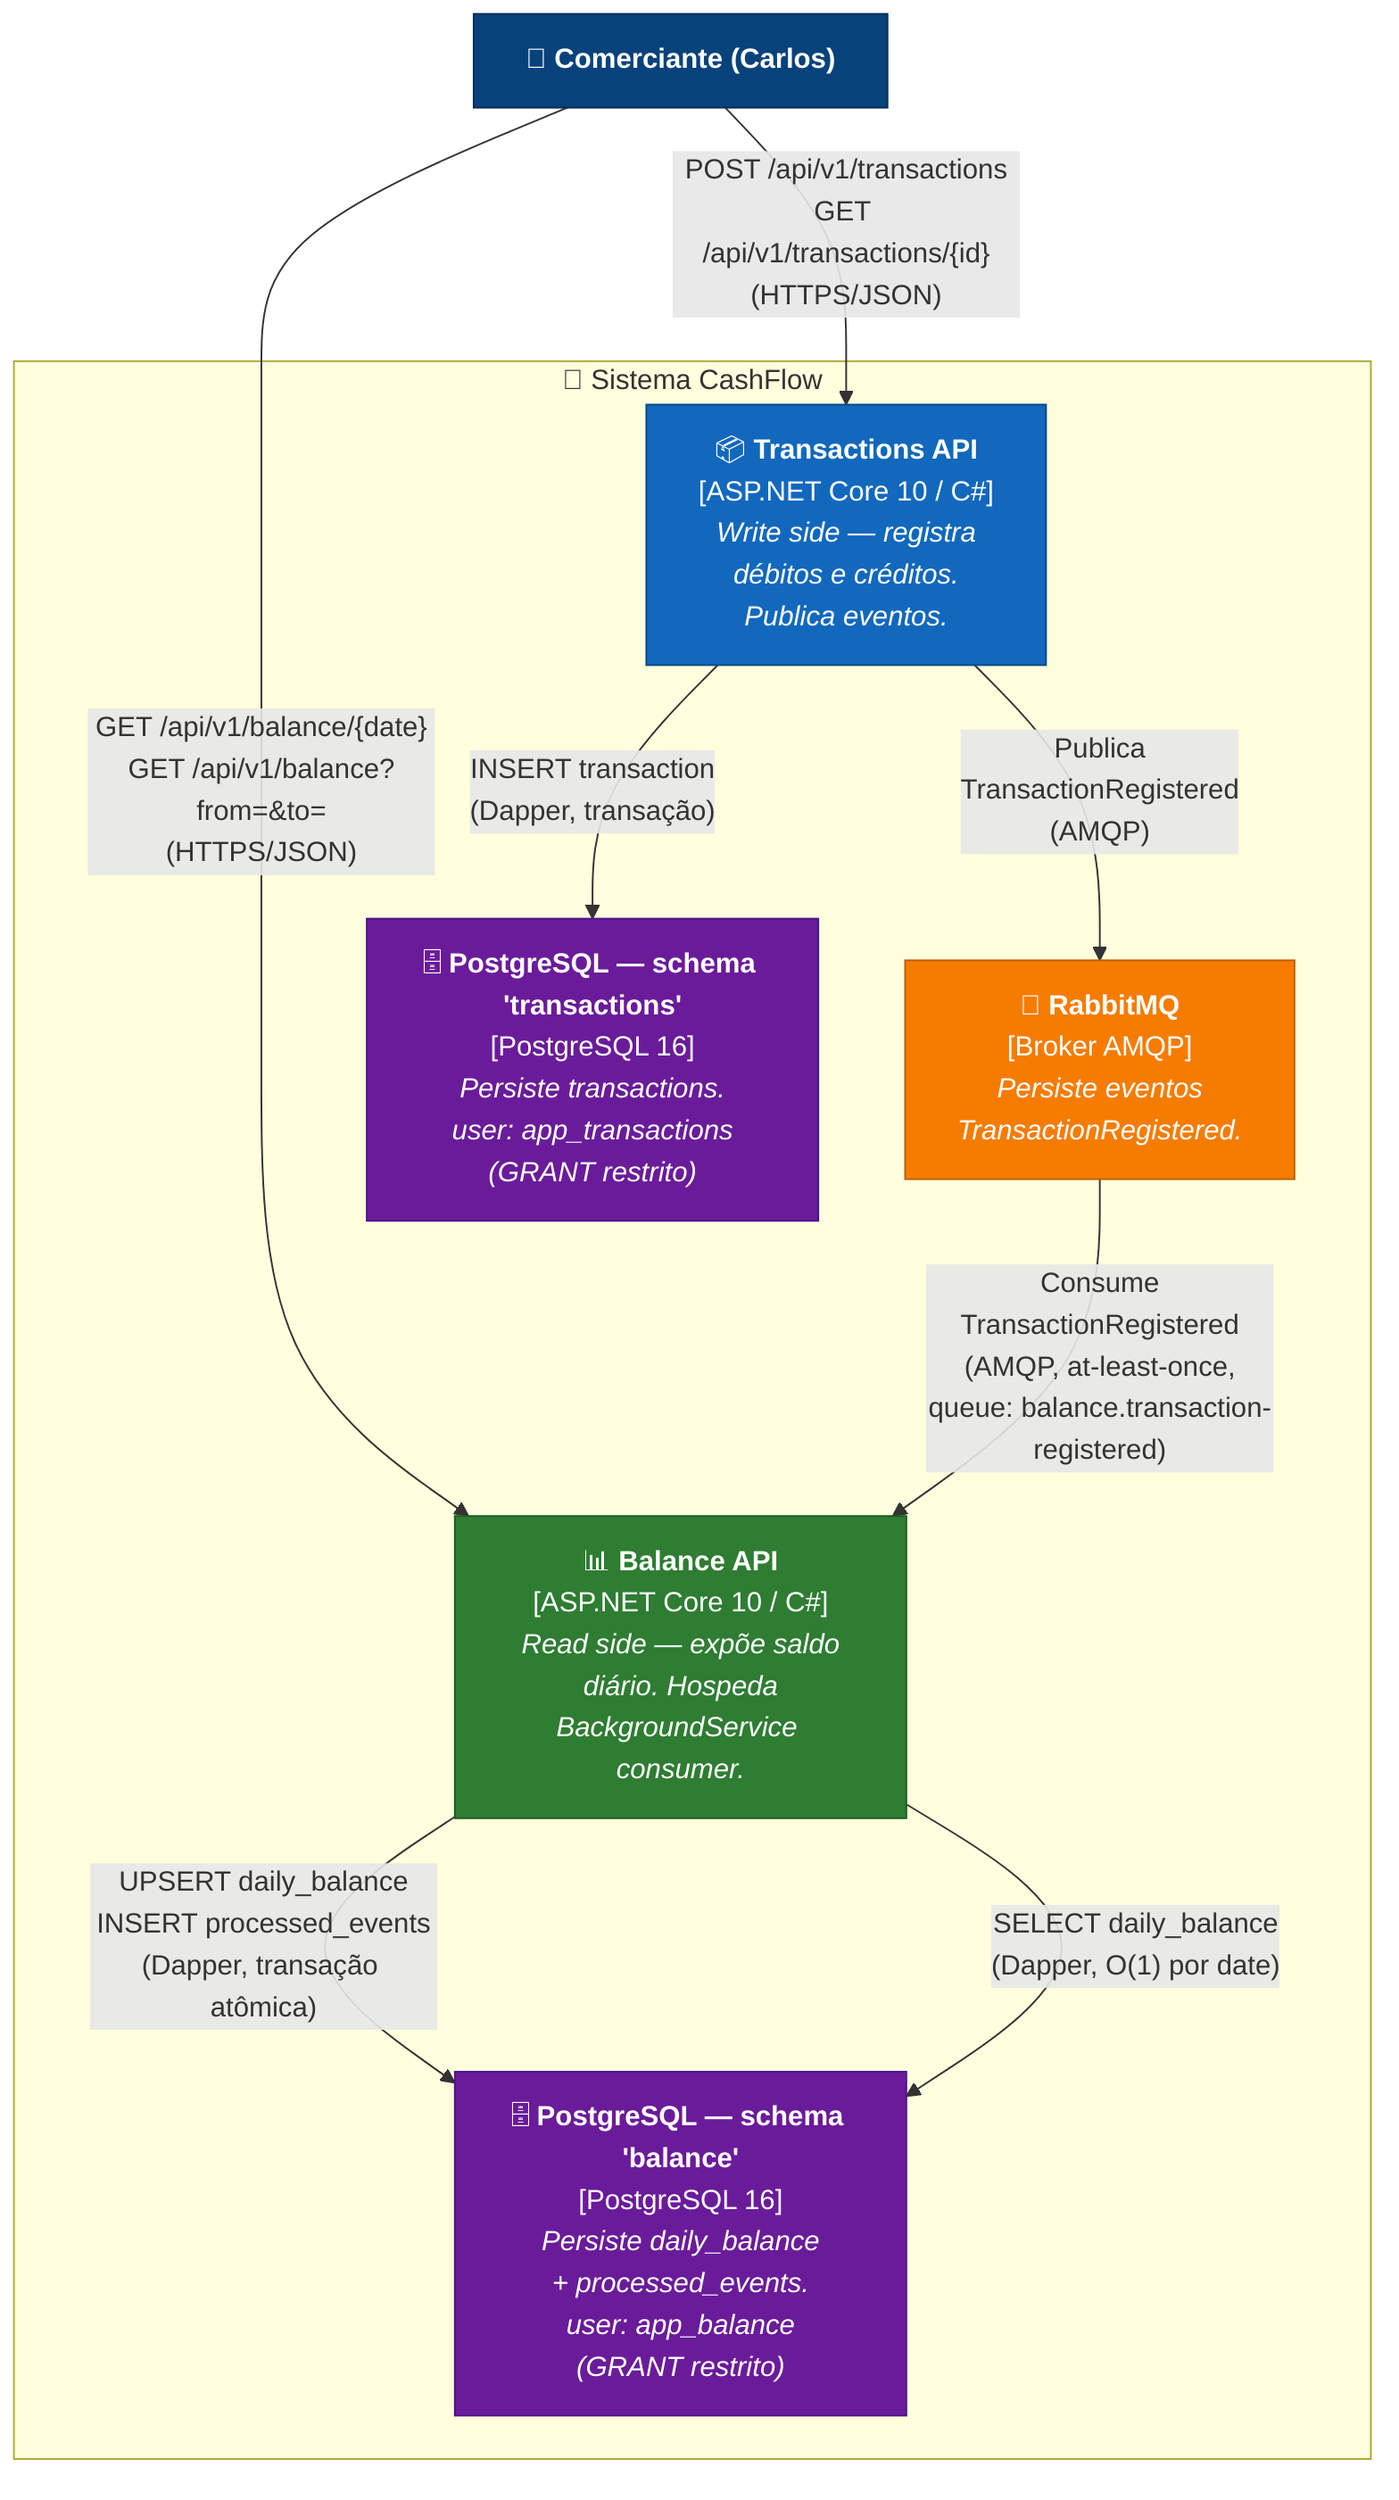
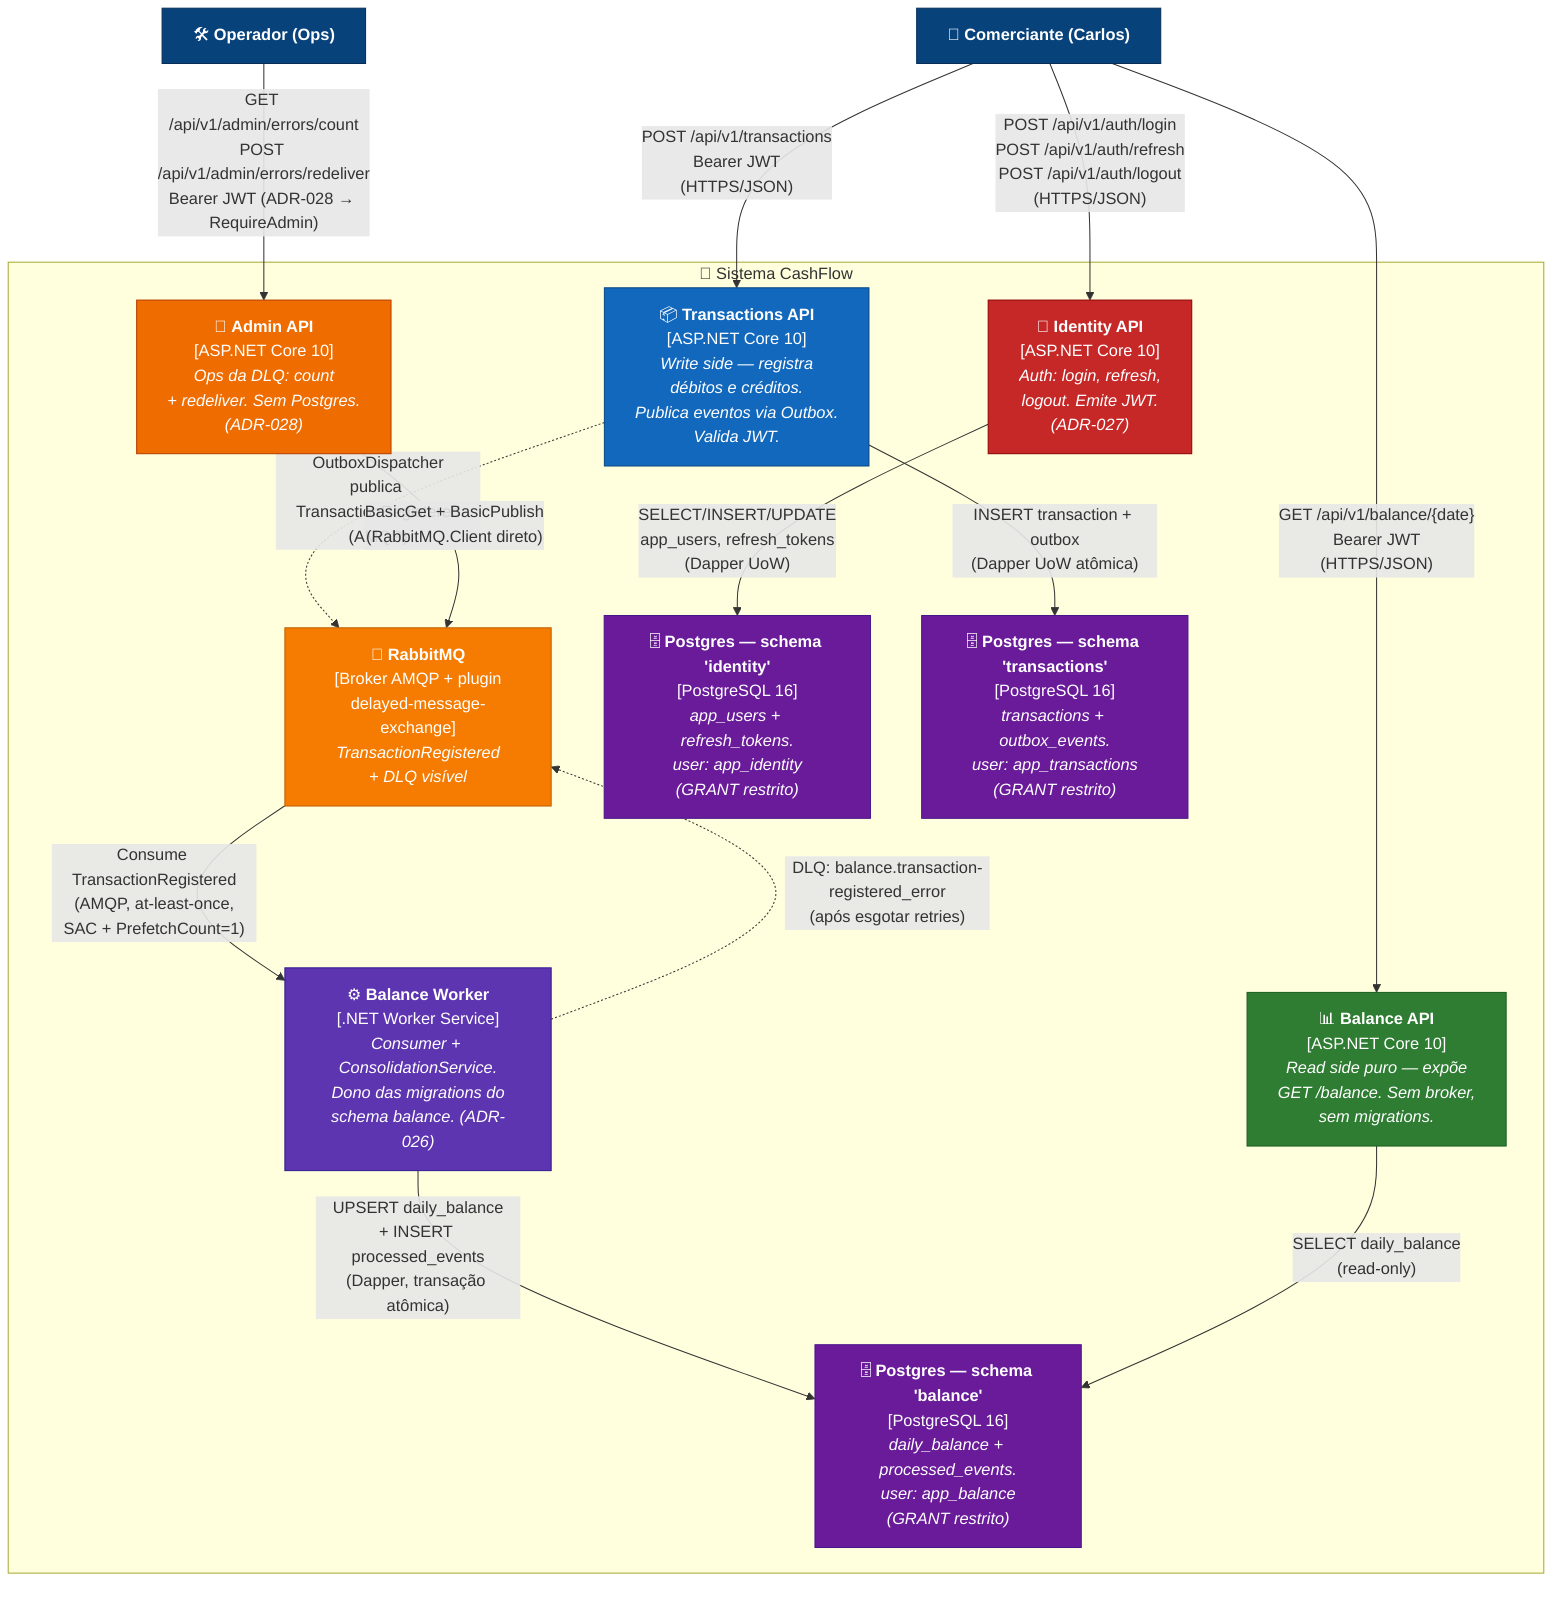
graph TB
    Comerciante["👤 <b>Comerciante (Carlos)</b>"]
+     Ops["🛠️ <b>Operador (Ops)</b>"]

    subgraph Sistema["🏦 Sistema CashFlow"]
-         TransactionsAPI["📦 <b>Transactions API</b><br/>[ASP.NET Core 10 / C#]<br/><i>Write side — registra<br/>débitos e créditos.<br/>Publica eventos.</i>"]
+         IdentityAPI["🔐 <b>Identity API</b><br/>[ASP.NET Core 10]<br/><i>Auth: login, refresh,<br/>logout. Emite JWT.<br/>(ADR-027)</i>"]

-         BalanceAPI["📊 <b>Balance API</b><br/>[ASP.NET Core 10 / C#]<br/><i>Read side — expõe saldo<br/>diário. Hospeda<br/>BackgroundService consumer.</i>"]
+         TransactionsAPI["📦 <b>Transactions API</b><br/>[ASP.NET Core 10]<br/><i>Write side — registra<br/>débitos e créditos.<br/>Publica eventos via Outbox.<br/>Valida JWT.</i>"]

-         RabbitMQ["📮 <b>RabbitMQ</b><br/>[Broker AMQP]<br/><i>Persiste eventos<br/>TransactionRegistered.</i>"]
+         BalanceAPI["📊 <b>Balance API</b><br/>[ASP.NET Core 10]<br/><i>Read side puro — expõe<br/>GET /balance. Sem broker,<br/>sem migrations.</i>"]

-         DBTransactions["🗄️ <b>PostgreSQL — schema 'transactions'</b><br/>[PostgreSQL 16]<br/><i>Persiste transactions.<br/>user: app_transactions<br/>(GRANT restrito)</i>"]
+         BalanceWorker["⚙️ <b>Balance Worker</b><br/>[.NET Worker Service]<br/><i>Consumer + ConsolidationService.<br/>Dono das migrations do<br/>schema balance. (ADR-026)</i>"]

-         DBBalance["🗄️ <b>PostgreSQL — schema 'balance'</b><br/>[PostgreSQL 16]<br/><i>Persiste daily_balance<br/>+ processed_events.<br/>user: app_balance<br/>(GRANT restrito)</i>"]
+         AdminAPI["🚨 <b>Admin API</b><br/>[ASP.NET Core 10]<br/><i>Ops da DLQ: count<br/>+ redeliver. Sem Postgres.<br/>(ADR-028)</i>"]
+ 
+         RabbitMQ["📮 <b>RabbitMQ</b><br/>[Broker AMQP + plugin<br/>delayed-message-exchange]<br/><i>TransactionRegistered<br/>+ DLQ visível</i>"]
+ 
+         DBIdentity["🗄️ <b>Postgres — schema 'identity'</b><br/>[PostgreSQL 16]<br/><i>app_users + refresh_tokens.<br/>user: app_identity<br/>(GRANT restrito)</i>"]
+ 
+         DBTransactions["🗄️ <b>Postgres — schema 'transactions'</b><br/>[PostgreSQL 16]<br/><i>transactions + outbox_events.<br/>user: app_transactions<br/>(GRANT restrito)</i>"]
+ 
+         DBBalance["🗄️ <b>Postgres — schema 'balance'</b><br/>[PostgreSQL 16]<br/><i>daily_balance + processed_events.<br/>user: app_balance<br/>(GRANT restrito)</i>"]
    end

-     Comerciante -->|"POST /api/v1/transactions<br/>GET /api/v1/transactions/{id}<br/>(HTTPS/JSON)"| TransactionsAPI
-     Comerciante -->|"GET /api/v1/balance/{date}<br/>GET /api/v1/balance?from=&to=<br/>(HTTPS/JSON)"| BalanceAPI
+     Comerciante -->|"POST /api/v1/auth/login<br/>POST /api/v1/auth/refresh<br/>POST /api/v1/auth/logout<br/>(HTTPS/JSON)"| IdentityAPI
+     Comerciante -->|"POST /api/v1/transactions<br/>Bearer JWT<br/>(HTTPS/JSON)"| TransactionsAPI
+     Comerciante -->|"GET /api/v1/balance/{date}<br/>Bearer JWT<br/>(HTTPS/JSON)"| BalanceAPI
+     Ops -->|"GET /api/v1/admin/errors/count<br/>POST /api/v1/admin/errors/redeliver<br/>Bearer JWT (ADR-028 → RequireAdmin)"| AdminAPI

-     TransactionsAPI -->|"INSERT transaction<br/>(Dapper, transação)"| DBTransactions
-     TransactionsAPI -->|"Publica<br/>TransactionRegistered<br/>(AMQP)"| RabbitMQ
+     IdentityAPI -->|"SELECT/INSERT/UPDATE<br/>app_users, refresh_tokens<br/>(Dapper UoW)"| DBIdentity
+     TransactionsAPI -->|"INSERT transaction + outbox<br/>(Dapper UoW atômica)"| DBTransactions
+     TransactionsAPI -.->|"OutboxDispatcher<br/>publica TransactionRegistered<br/>(AMQP)"| RabbitMQ

-     RabbitMQ -->|"Consume<br/>TransactionRegistered<br/>(AMQP, at-least-once,<br/>queue: balance.transaction-registered)"| BalanceAPI
-     BalanceAPI -->|"UPSERT daily_balance<br/>INSERT processed_events<br/>(Dapper, transação atômica)"| DBBalance
-     BalanceAPI -->|"SELECT daily_balance<br/>(Dapper, O(1) por date)"| DBBalance
+     RabbitMQ -->|"Consume TransactionRegistered<br/>(AMQP, at-least-once,<br/>SAC + PrefetchCount=1)"| BalanceWorker
+     BalanceWorker -->|"UPSERT daily_balance<br/>+ INSERT processed_events<br/>(Dapper, transação atômica)"| DBBalance
+     BalanceWorker -.->|"DLQ: balance.transaction-registered_error<br/>(após esgotar retries)"| RabbitMQ
+ 
+     BalanceAPI -->|"SELECT daily_balance<br/>(read-only)"| DBBalance
+     AdminAPI -->|"BasicGet + BasicPublish<br/>(RabbitMQ.Client direto)"| RabbitMQ

    classDef person fill:#08427b,stroke:#052e56,color:#fff
+     classDef identity fill:#c62828,stroke:#8e0000,color:#fff
    classDef writeContainer fill:#1168bd,stroke:#0b4884,color:#fff
    classDef readContainer fill:#2e7d32,stroke:#1b5e20,color:#fff
+     classDef worker fill:#5e35b1,stroke:#311b92,color:#fff
+     classDef admin fill:#ef6c00,stroke:#b53d00,color:#fff
    classDef infraContainer fill:#f57c00,stroke:#bf5f00,color:#fff
    classDef dataContainer fill:#6a1b9a,stroke:#4a148c,color:#fff

-     class Comerciante person
+     class Comerciante,Ops person
+     class IdentityAPI identity
    class TransactionsAPI writeContainer
    class BalanceAPI readContainer
+     class BalanceWorker worker
+     class AdminAPI admin
    class RabbitMQ infraContainer
-     class DBTransactions,DBBalance dataContainer
+     class DBIdentity,DBTransactions,DBBalance dataContainer
